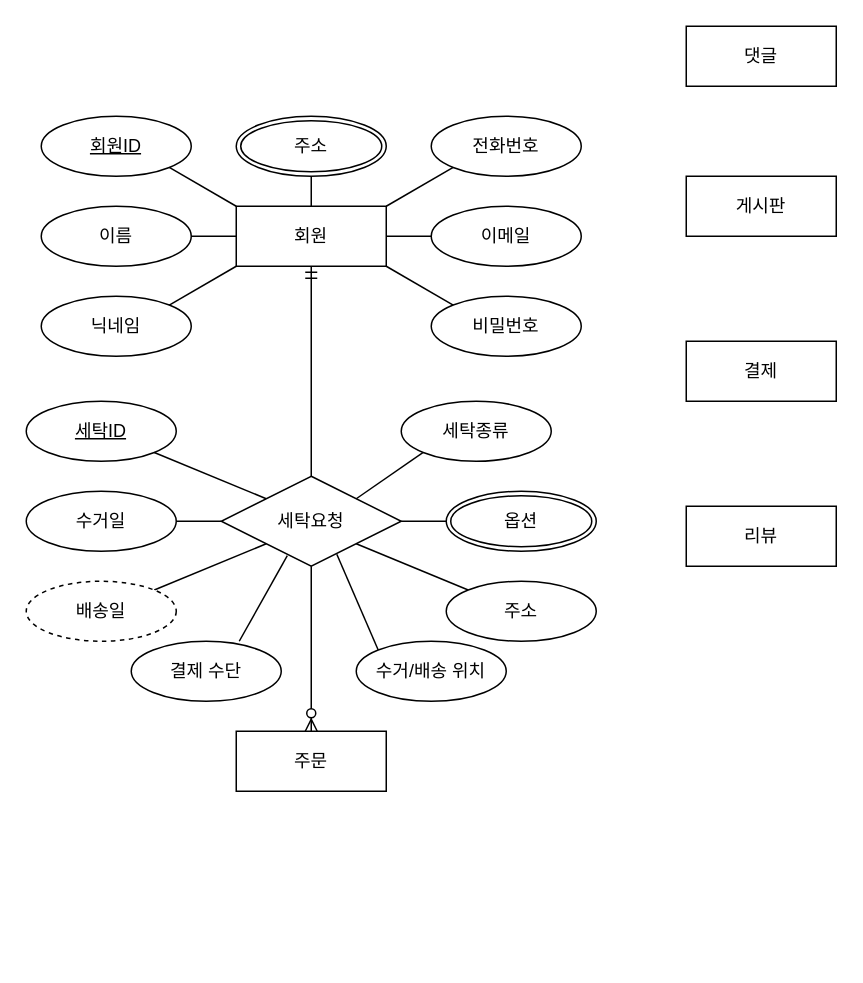
Earlier version of the draw.io diagram daeseda.drawio (Daeseda/daeseda). Source tidied: cells renumbered, new cells numbered last; positions are measured from the earlier drawing's top-left corner, leaving out a move shared by most shapes. Both pictures are drawn from the tidied source at 150%, with x=0, y=0 at pixel (26, 26).
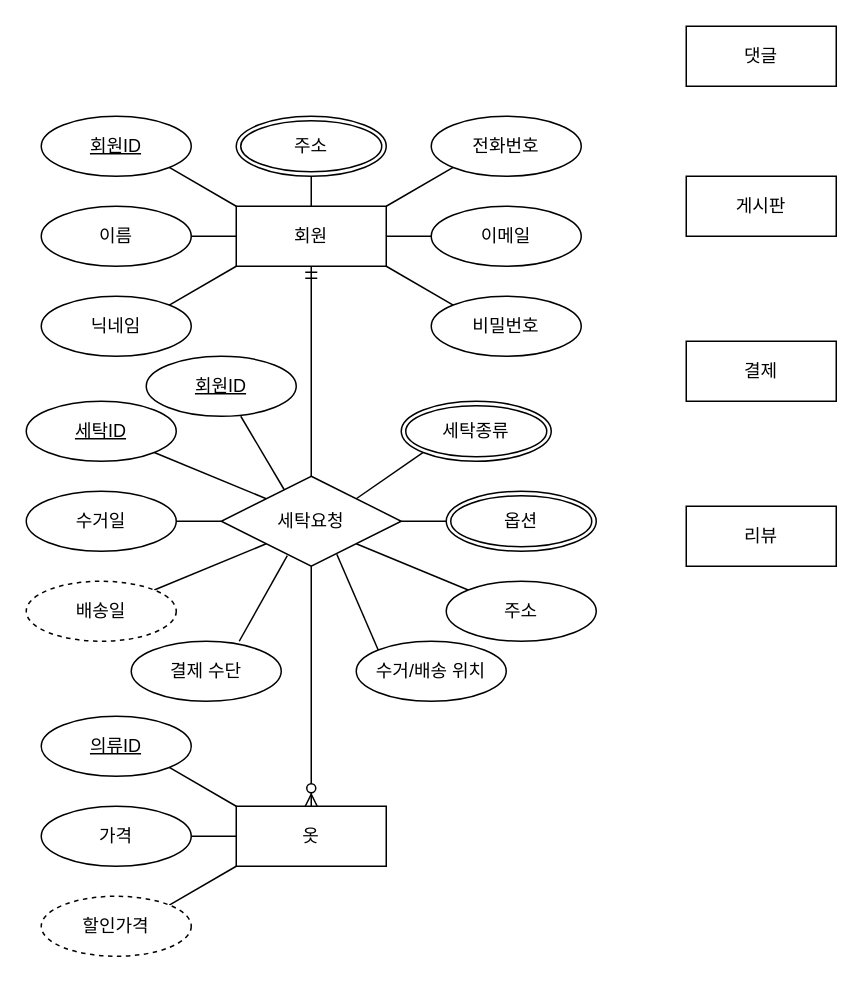
Above is the later version.

The change refers to these unchanged cells:
```xml
<mxCell id="7" value="세탁요청" style="shape=rhombus;perimeter=rhombusPerimeter;whiteSpace=wrap;html=1;align=center;" parent="1" vertex="1">
  <mxGeometry x="130" y="300" width="120" height="60" as="geometry" />
</mxCell>
```

What changed in the source:
```diff
@@
-    <mxCell id="8" value="주문" style="whiteSpace=wrap;html=1;align=center;" parent="1" vertex="1">
-      <mxGeometry x="140" y="470" width="100" height="40" as="geometry" />
+    <mxCell id="8" value="옷" style="whiteSpace=wrap;html=1;align=center;" parent="1" vertex="1">
+      <mxGeometry x="140" y="520" width="100" height="40" as="geometry" />
     </mxCell>
@@
-    <mxCell id="32" value="세탁종류" style="ellipse;whiteSpace=wrap;html=1;align=center;" parent="1" vertex="1">
-      <mxGeometry x="250" y="250" width="100" height="40" as="geometry" />
-    </mxCell>
@@
+    <mxCell id="41" value="회원ID" style="ellipse;whiteSpace=wrap;html=1;align=center;fontStyle=4;" parent="1" vertex="1">
+      <mxGeometry x="80" y="220" width="100" height="40" as="geometry" />
+    </mxCell>
+    <mxCell id="42" style="endArrow=none;html=1;rounded=0;exitX=0.63;exitY=1;exitDx=0;exitDy=0;exitPerimeter=0;entryX=0.35;entryY=0.15;entryDx=0;entryDy=0;entryPerimeter=0;" parent="1" edge="1" source="41" target="7">
+      <mxGeometry relative="1" as="geometry" />
+    </mxCell>
+    <mxCell id="32" value="세탁종류" style="ellipse;shape=doubleEllipse;margin=3;whiteSpace=wrap;html=1;align=center;" parent="1" vertex="1">
+      <mxGeometry x="250" y="250" width="100" height="40" as="geometry" />
+    </mxCell>
+    <mxCell id="43" value="의류ID" style="ellipse;whiteSpace=wrap;html=1;align=center;fontStyle=4;" parent="1" vertex="1">
+      <mxGeometry x="10" y="460" width="100" height="40" as="geometry" />
+    </mxCell>
+    <mxCell id="44" style="endArrow=none;html=1;rounded=0;exitX=1;exitY=1;exitDx=0;exitDy=0;entryX=0;entryY=0;entryDx=0;entryDy=0;" parent="1" edge="1" source="43" target="8">
+      <mxGeometry relative="1" as="geometry" />
+    </mxCell>
+    <mxCell id="45" style="endArrow=none;html=1;rounded=0;exitX=1;exitY=0.5;exitDx=0;exitDy=0;entryX=0;entryY=0.5;entryDx=0;entryDy=0;" parent="1" edge="1" source="46" target="8">
+      <mxGeometry relative="1" as="geometry" />
+    </mxCell>
+    <mxCell id="46" value="가격" style="ellipse;whiteSpace=wrap;html=1;align=center;" parent="1" vertex="1">
+      <mxGeometry x="10" y="520" width="100" height="40" as="geometry" />
+    </mxCell>
+    <mxCell id="47" style="endArrow=none;html=1;rounded=0;exitX=1;exitY=0;exitDx=0;exitDy=0;entryX=0;entryY=1;entryDx=0;entryDy=0;" parent="1" edge="1" source="48" target="8">
+      <mxGeometry relative="1" as="geometry" />
+    </mxCell>
+    <mxCell id="48" value="할인가격" style="ellipse;whiteSpace=wrap;html=1;align=center;dashed=1;" parent="1" vertex="1">
+      <mxGeometry x="10" y="580" width="100" height="40" as="geometry" />
+    </mxCell>
```
